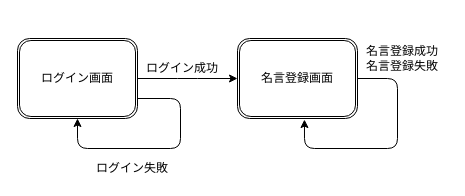
Above: docs/ICONIX/ScreenFlowDIagram.drawio in yasugahira0810/kotodama (draw.io), before the change. Source tidied: cells renumbered, new cells numbered last; positions are measured from the earlier drawing's top-left corner, leaving out a move shared by most shapes. Both pictures are drawn from the tidied source at 100%, with x=0, y=0 at pixel (17, 38).
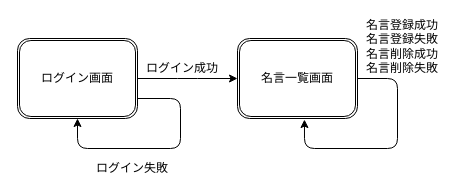
The same page after the edit.

Diff of the diagram source:
```diff
@@
 <mxGraphModel>
   <root>
     <mxCell id="0" />
     <mxCell id="1" parent="0" />
     <mxCell id="2" value="ログイン画面" style="shape=ext;double=1;rounded=1;whiteSpace=wrap;html=1;" parent="1" vertex="1">
       <mxGeometry width="120" height="80" as="geometry" />
     </mxCell>
-    <mxCell id="3" value="名言登録画面" style="shape=ext;double=1;rounded=1;whiteSpace=wrap;html=1;" parent="1" vertex="1">
+    <mxCell id="3" value="名言一覧画面" style="shape=ext;double=1;rounded=1;whiteSpace=wrap;html=1;" parent="1" vertex="1">
       <mxGeometry x="220" width="120" height="80" as="geometry" />
     </mxCell>
     <mxCell id="4" style="edgeStyle=elbowEdgeStyle;elbow=horizontal;endArrow=classic;html=1;exitX=1;exitY=0.5;exitDx=0;exitDy=0;entryX=0;entryY=0.5;entryDx=0;entryDy=0;" parent="1" edge="1" source="2" target="3">
       <mxGeometry relative="1" as="geometry" />
     </mxCell>
     <mxCell id="5" style="edgeStyle=segmentEdgeStyle;endArrow=classic;html=1;exitX=1;exitY=0.5;exitDx=0;exitDy=0;entryX=0.558;entryY=1.013;entryDx=0;entryDy=0;entryPerimeter=0;" parent="1" edge="1" source="3" target="3">
       <mxGeometry relative="1" as="geometry">
         <Array as="points">
           <mxPoint x="380" y="40" />
           <mxPoint x="380" y="110" />
           <mxPoint x="287" y="110" />
         </Array>
       </mxGeometry>
     </mxCell>
     <mxCell id="6" value="ログイン成功" style="text;html=1;strokeColor=none;fillColor=none;align=center;verticalAlign=middle;whiteSpace=wrap;rounded=0;" parent="1" vertex="1">
       <mxGeometry x="120" y="20" width="90" height="20" as="geometry" />
     </mxCell>
-    <mxCell id="7" value="名言登録成功&lt;br&gt;名言登録失敗" style="text;html=1;strokeColor=none;fillColor=none;align=center;verticalAlign=middle;whiteSpace=wrap;rounded=0;" parent="1" vertex="1">
-      <mxGeometry x="340" y="10" width="90" height="20" as="geometry" />
+    <mxCell id="7" value="名言登録成功&lt;br&gt;名言登録失敗&lt;br&gt;名言削除成功&lt;br&gt;名言削除失敗" style="text;html=1;strokeColor=none;fillColor=none;align=center;verticalAlign=middle;whiteSpace=wrap;rounded=0;" parent="1" vertex="1">
+      <mxGeometry x="340" width="90" height="16" as="geometry" />
     </mxCell>
     <mxCell id="8" style="edgeStyle=segmentEdgeStyle;endArrow=classic;html=1;exitX=1;exitY=0.75;exitDx=0;exitDy=0;entryX=0.5;entryY=1;entryDx=0;entryDy=0;" parent="1" edge="1" source="2" target="2">
       <mxGeometry relative="1" as="geometry">
         <Array as="points">
           <mxPoint x="163" y="60" />
           <mxPoint x="163" y="110" />
           <mxPoint x="60" y="110" />
         </Array>
       </mxGeometry>
     </mxCell>
     <mxCell id="9" value="ログイン失敗" style="text;html=1;strokeColor=none;fillColor=none;align=center;verticalAlign=middle;whiteSpace=wrap;rounded=0;" parent="1" vertex="1">
       <mxGeometry x="70" y="120" width="90" height="20" as="geometry" />
     </mxCell>
   </root>
 </mxGraphModel>
```
